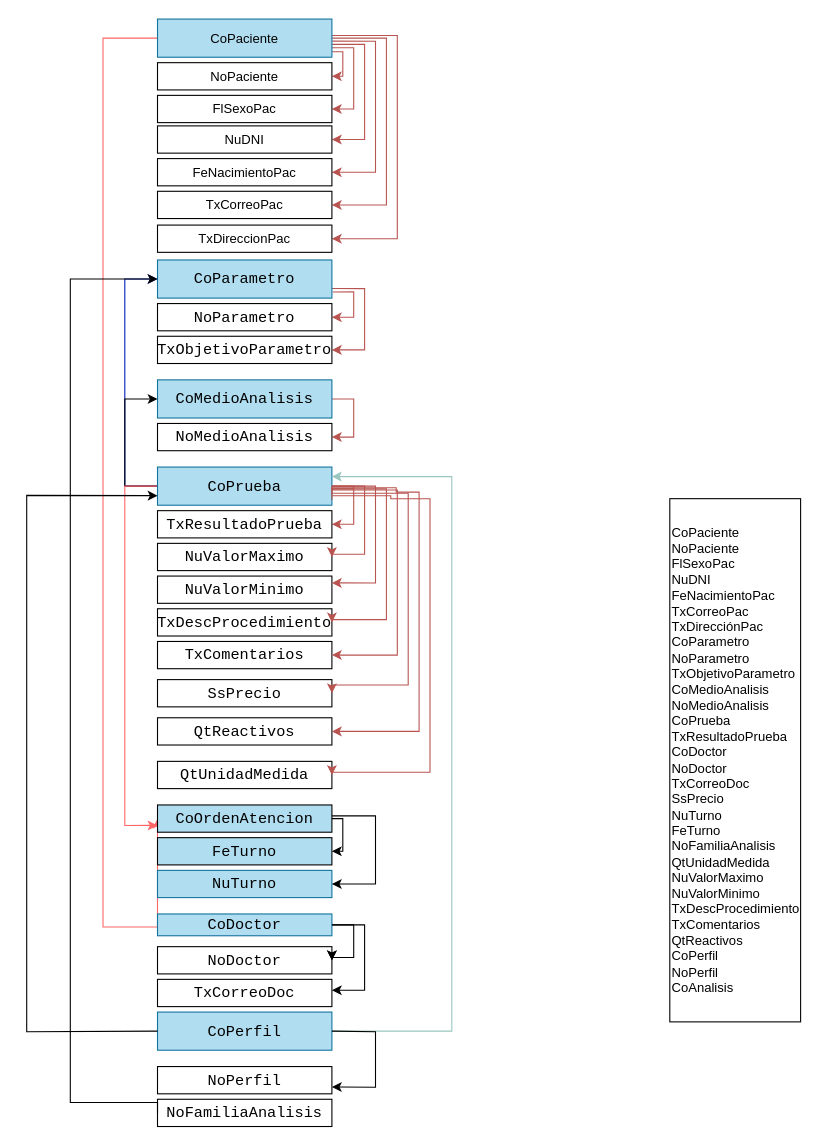
Above: page "Diagrama Funcional" (1 of 2) of Untitled Diagram.drawio in hrojasutani/test (draw.io), before the change. Source tidied: cells renumbered, new cells numbered last; positions are measured from the earlier drawing's top-left corner, leaving out a move shared by most shapes. Both pictures are drawn from the tidied source at 109%, with x=0, y=0 at pixel (26, 19).
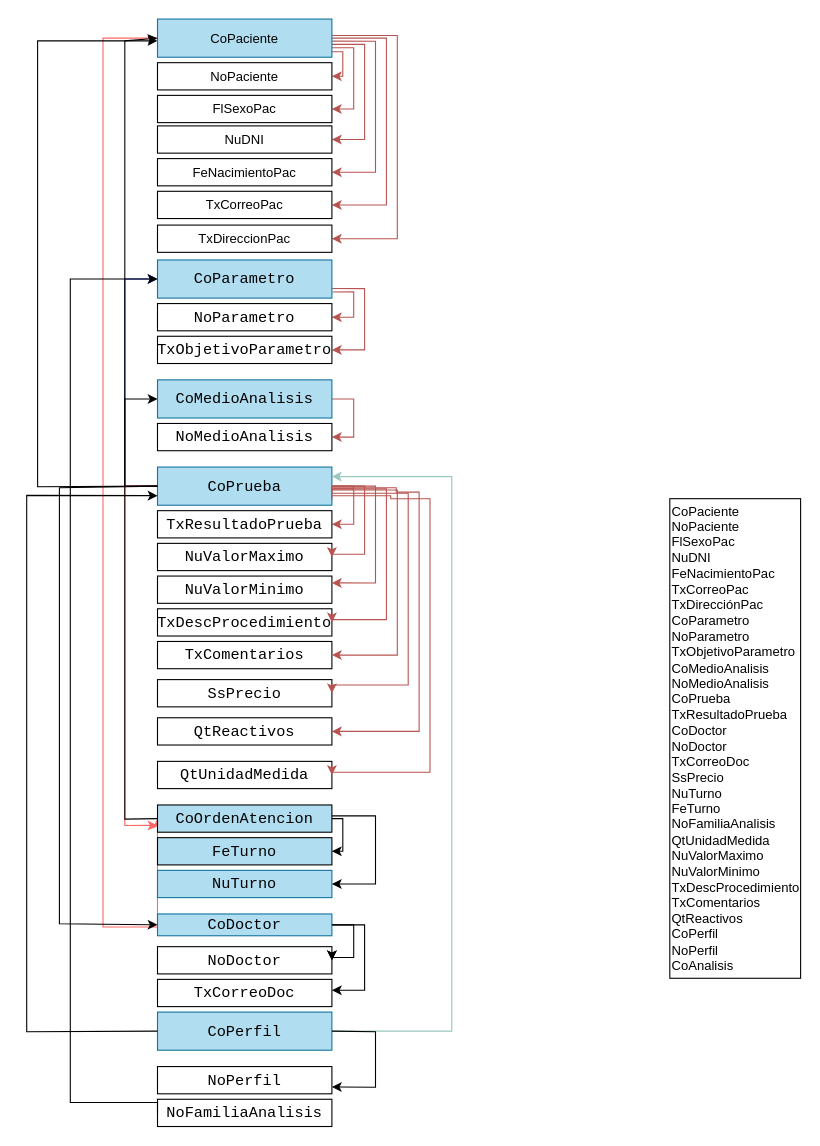
After the change.

Unchanged cells that the change refers to:
```xml
<mxCell id="10" value="&lt;span style=&quot;text-align: left;&quot;&gt;CoPaciente&lt;/span&gt;" style="rounded=0;whiteSpace=wrap;html=1;verticalAlign=middle;fillColor=#b1ddf0;strokeColor=#10739e;" parent="1" vertex="1">
  <mxGeometry x="120" width="160" height="35" as="geometry" />
</mxCell>
<mxCell id="29" value="&lt;div style=&quot;font-family: Consolas, &amp;quot;Courier New&amp;quot;, monospace; font-size: 14px; line-height: 19px;&quot;&gt;&lt;div&gt;&lt;span style=&quot;&quot;&gt;CoPrueba&lt;/span&gt;&lt;/div&gt;&lt;/div&gt;" style="text;whiteSpace=wrap;html=1;verticalAlign=middle;align=center;labelBackgroundColor=none;fontStyle=0;strokeColor=#10739e;fillColor=#b1ddf0;" parent="1" vertex="1">
  <mxGeometry x="120" y="411" width="160" height="35" as="geometry" />
</mxCell>
<mxCell id="32" value="&lt;div style=&quot;font-family: Consolas, &amp;quot;Courier New&amp;quot;, monospace; font-size: 14px; line-height: 19px;&quot;&gt;&lt;div&gt;&lt;span style=&quot;&quot;&gt;CoDoctor&lt;/span&gt;&lt;/div&gt;&lt;/div&gt;" style="text;whiteSpace=wrap;html=1;verticalAlign=middle;align=center;labelBackgroundColor=none;fontStyle=0;strokeColor=#10739e;fillColor=#b1ddf0;" parent="1" vertex="1">
  <mxGeometry x="120" y="821" width="160" height="20" as="geometry" />
</mxCell>
<mxCell id="59" value="&lt;div style=&quot;font-family: Consolas, &amp;quot;Courier New&amp;quot;, monospace; font-size: 14px; line-height: 19px;&quot;&gt;&lt;div&gt;&lt;span style=&quot;&quot;&gt;CoOrdenAtencion&lt;/span&gt;&lt;/div&gt;&lt;/div&gt;" style="text;whiteSpace=wrap;html=1;verticalAlign=middle;align=center;fontColor=default;labelBackgroundColor=none;fontStyle=0;strokeColor=default;fillColor=#B1DDF0;" parent="1" vertex="1">
  <mxGeometry x="120" y="721" width="160" height="25" as="geometry" />
</mxCell>
```

Diff of the diagram source:
```diff
@@
     <mxCell id="2" value="&lt;div&gt;CoPaciente&lt;/div&gt;&lt;div&gt;NoPaciente&lt;/div&gt;&lt;div&gt;FlSexoPac&lt;/div&gt;&lt;div&gt;&lt;span style=&quot;background-color: initial;&quot;&gt;NuDNI&lt;/span&gt;&lt;/div&gt;&lt;div&gt;FeNacimientoPac&lt;/div&gt;&lt;div&gt;TxCorreoPac&lt;/div&gt;&lt;div&gt;TxDirecciónPac&lt;/div&gt;&lt;div&gt;CoParametro&lt;/div&gt;&lt;div&gt;NoParametro&lt;/div&gt;&lt;div&gt;TxObjetivoParametro&lt;/div&gt;&lt;div&gt;CoMedioAnalisis&lt;/div&gt;&lt;div&gt;NoMedioAnalisis&lt;/div&gt;&lt;div&gt;CoPrueba&lt;/div&gt;&lt;div&gt;TxResultadoPrueba&lt;/div&gt;&lt;div&gt;CoDoctor&lt;/div&gt;&lt;div&gt;NoDoctor&lt;/div&gt;&lt;div&gt;TxCorreoDoc&lt;/div&gt;&lt;div&gt;SsPrecio&lt;/div&gt;&lt;div&gt;NuTurno&lt;/div&gt;&lt;div&gt;FeTurno&lt;/div&gt;&lt;div&gt;NoFamiliaAnalisis&lt;/div&gt;&lt;div&gt;QtUnidadMedida&lt;/div&gt;&lt;div&gt;NuValorMaximo&lt;/div&gt;&lt;div&gt;NuValorMinimo&lt;/div&gt;&lt;div&gt;TxDescProcedimiento&lt;/div&gt;&lt;div&gt;TxComentarios&lt;/div&gt;&lt;div&gt;QtReactivos&lt;/div&gt;&lt;div&gt;CoPerfil&lt;/div&gt;&lt;div&gt;NoPerfil&lt;/div&gt;&lt;div&gt;CoAnalisis&lt;/div&gt;" style="rounded=0;whiteSpace=wrap;html=1;align=left;" parent="1" vertex="1">
-      <mxGeometry x="590" y="440" width="120" height="480" as="geometry" />
+      <mxGeometry x="590" y="440" width="120" height="440" as="geometry" />
     </mxCell>
@@
+    <mxCell id="63" style="edgeStyle=orthogonalEdgeStyle;rounded=0;orthogonalLoop=1;jettySize=auto;html=1;exitX=0.5;exitY=1;exitDx=0;exitDy=0;" parent="1" edge="1" source="2" target="2">
+      <mxGeometry relative="1" as="geometry" />
+    </mxCell>
+    <mxCell id="64" style="endArrow=classic;html=1;rounded=0;exitX=0;exitY=0.5;exitDx=0;exitDy=0;" parent="1" edge="1" source="29">
+      <mxGeometry relative="1" as="geometry">
+        <mxPoint x="120" y="20" as="targetPoint" />
+        <Array as="points">
+          <mxPoint x="10" y="429" />
+          <mxPoint x="10" y="220" />
+          <mxPoint x="10" y="20" />
+        </Array>
+      </mxGeometry>
+    </mxCell>
+    <mxCell id="65" style="endArrow=classic;html=1;rounded=0;exitX=0;exitY=0.5;exitDx=0;exitDy=0;entryX=0;entryY=0.5;entryDx=0;entryDy=0;" parent="1" edge="1" source="29" target="32">
+      <mxGeometry relative="1" as="geometry">
+        <Array as="points">
+          <mxPoint x="30" y="430" />
+          <mxPoint x="30" y="610" />
+          <mxPoint x="30" y="830" />
+        </Array>
+      </mxGeometry>
+    </mxCell>
+    <mxCell id="66" style="endArrow=classic;html=1;rounded=0;exitX=0;exitY=0.5;exitDx=0;exitDy=0;entryX=0;entryY=0.5;entryDx=0;entryDy=0;" parent="1" edge="1" source="59" target="10">
+      <mxGeometry relative="1" as="geometry">
+        <Array as="points">
+          <mxPoint x="90" y="734" />
+          <mxPoint x="90" y="370" />
+          <mxPoint x="90" y="20" />
+        </Array>
+      </mxGeometry>
+    </mxCell>
```
